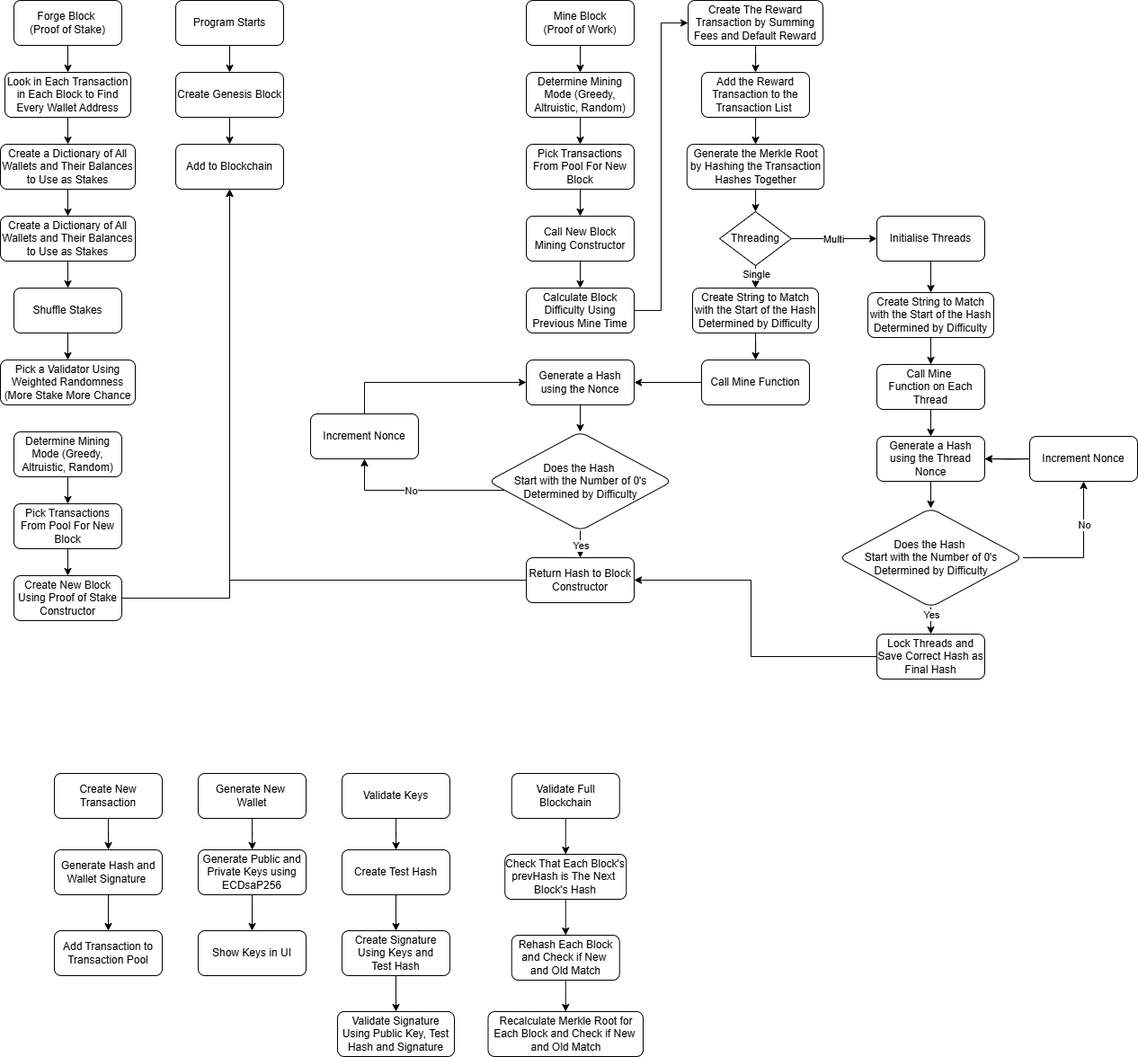
Before: blockchain flowchart.drawio.png, a diagram exported from draw.io (MrLFW/BlockchainAssignment). Source tidied: cells renumbered, new cells last; positions are measured from the earlier drawing's top-left corner, leaving out a move shared by most shapes.
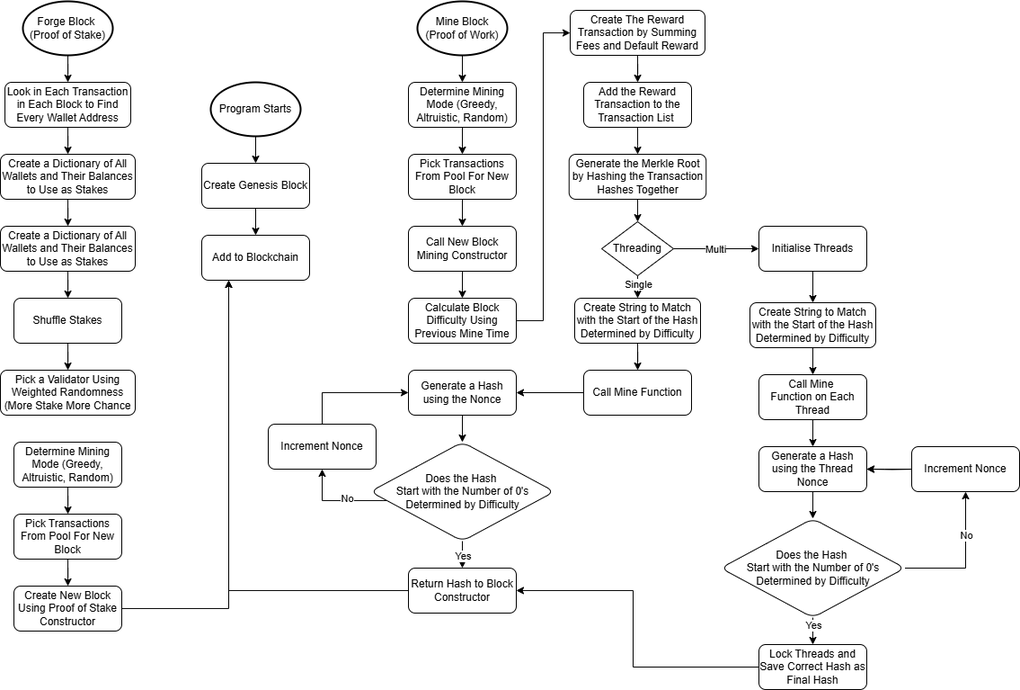
Later version of the same file.

Change to the diagram source:
```diff
@@ -5,21 +5,15 @@
     <mxCell id="2" style="edgeStyle=orthogonalEdgeStyle;rounded=0;jettySize=auto;html=1;" parent="1" edge="1" source="3" target="5">
       <mxGeometry relative="1" as="geometry" />
     </mxCell>
-    <mxCell id="3" value="Program Starts" style="rounded=1;whiteSpace=wrap;html=1;fontSize=12;glass=0;strokeWidth=1;shadow=0;" parent="1" vertex="1">
-      <mxGeometry x="195" width="120" height="50" as="geometry" />
-    </mxCell>
     <mxCell id="4" style="edgeStyle=orthogonalEdgeStyle;rounded=0;jettySize=auto;html=1;" parent="1" edge="1" source="5" target="14">
       <mxGeometry relative="1" as="geometry" />
     </mxCell>
     <mxCell id="5" value="Create Genesis Block" style="rounded=1;whiteSpace=wrap;html=1;fontSize=12;glass=0;strokeWidth=1;shadow=0;" parent="1" vertex="1">
-      <mxGeometry x="195" y="80" width="120" height="50" as="geometry" />
+      <mxGeometry x="355" y="170" width="120" height="50" as="geometry" />
     </mxCell>
     <mxCell id="6" style="edgeStyle=orthogonalEdgeStyle;rounded=0;jettySize=auto;html=1;" parent="1" edge="1" source="7" target="9">
       <mxGeometry relative="1" as="geometry" />
     </mxCell>
-    <mxCell id="7" value="Mine Block&lt;div&gt;(Proof of Work)&lt;/div&gt;" style="rounded=1;whiteSpace=wrap;html=1;fontSize=12;glass=0;strokeWidth=1;shadow=0;" parent="1" vertex="1">
-      <mxGeometry x="585" width="120" height="50" as="geometry" />
-    </mxCell>
     <mxCell id="8" style="edgeStyle=orthogonalEdgeStyle;rounded=0;jettySize=auto;html=1;" parent="1" edge="1" source="9" target="11">
       <mxGeometry relative="1" as="geometry" />
     </mxCell>
@@ -39,117 +33,45 @@
       <mxGeometry x="585" y="240" width="120" height="50" as="geometry" />
     </mxCell>
     <mxCell id="14" value="Add to Blockchain" style="rounded=1;whiteSpace=wrap;html=1;fontSize=12;glass=0;strokeWidth=1;shadow=0;" parent="1" vertex="1">
-      <mxGeometry x="195" y="160" width="120" height="50" as="geometry" />
+      <mxGeometry x="355" y="250" width="120" height="50" as="geometry" />
     </mxCell>
     <mxCell id="15" style="edgeStyle=orthogonalEdgeStyle;rounded=0;jettySize=auto;html=1;" parent="1" edge="1" source="16" target="18">
       <mxGeometry relative="1" as="geometry" />
     </mxCell>
-    <mxCell id="16" value="Forge Block&amp;nbsp;&lt;div&gt;(Proof of Stake)&lt;/div&gt;" style="rounded=1;whiteSpace=wrap;html=1;fontSize=12;glass=0;strokeWidth=1;shadow=0;" parent="1" vertex="1">
-      <mxGeometry x="15" width="120" height="50" as="geometry" />
-    </mxCell>
     <mxCell id="17" style="edgeStyle=orthogonalEdgeStyle;rounded=0;jettySize=auto;html=1;" parent="1" edge="1" source="18" target="97">
       <mxGeometry relative="1" as="geometry" />
     </mxCell>
     <mxCell id="18" value="Look in Each&amp;nbsp;&lt;span style=&quot;background-color: transparent; color: light-dark(rgb(0, 0, 0), rgb(255, 255, 255));&quot;&gt;Transaction in Each Block to Find Every Wallet Address&lt;/span&gt;" style="rounded=1;whiteSpace=wrap;html=1;fontSize=12;glass=0;strokeWidth=1;shadow=0;" parent="1" vertex="1">
-      <mxGeometry x="5" y="80" width="140" height="50" as="geometry" />
+      <mxGeometry x="136" y="80" width="140" height="50" as="geometry" />
     </mxCell>
     <mxCell id="19" style="edgeStyle=orthogonalEdgeStyle;rounded=0;jettySize=auto;html=1;" parent="1" edge="1" source="20" target="100">
       <mxGeometry relative="1" as="geometry" />
     </mxCell>
     <mxCell id="20" value="Shuffle Stakes" style="rounded=1;whiteSpace=wrap;html=1;fontSize=12;glass=0;strokeWidth=1;shadow=0;" parent="1" vertex="1">
-      <mxGeometry x="15" y="320" width="120" height="50" as="geometry" />
+      <mxGeometry x="146" y="320" width="120" height="50" as="geometry" />
     </mxCell>
     <mxCell id="21" style="edgeStyle=orthogonalEdgeStyle;rounded=0;jettySize=auto;html=1;" parent="1" edge="1" source="22" target="24">
       <mxGeometry relative="1" as="geometry" />
     </mxCell>
     <mxCell id="22" value="Determine Mining Mode (Greedy, Altruistic, Random)" style="rounded=1;whiteSpace=wrap;html=1;fontSize=12;glass=0;strokeWidth=1;shadow=0;" parent="1" vertex="1">
-      <mxGeometry x="15" y="480" width="120" height="50" as="geometry" />
+      <mxGeometry x="146" y="480" width="120" height="50" as="geometry" />
     </mxCell>
     <mxCell id="23" style="edgeStyle=orthogonalEdgeStyle;rounded=0;jettySize=auto;html=1;" parent="1" edge="1" source="24" target="26">
       <mxGeometry relative="1" as="geometry" />
     </mxCell>
     <mxCell id="24" value="Pick Transactions From Pool For New Block" style="rounded=1;whiteSpace=wrap;html=1;fontSize=12;glass=0;strokeWidth=1;shadow=0;" parent="1" vertex="1">
-      <mxGeometry x="15" y="560" width="120" height="50" as="geometry" />
+      <mxGeometry x="146" y="560" width="120" height="50" as="geometry" />
     </mxCell>
     <mxCell id="25" style="edgeStyle=orthogonalEdgeStyle;rounded=0;jettySize=auto;html=1;" parent="1" edge="1" source="26" target="14">
       <mxGeometry relative="1" as="geometry">
         <Array as="points">
-          <mxPoint x="255" y="665" />
+          <mxPoint x="385" y="665" />
         </Array>
       </mxGeometry>
     </mxCell>
     <mxCell id="26" value="Create New Block Using Proof of Stake Constructor" style="rounded=1;whiteSpace=wrap;html=1;fontSize=12;glass=0;strokeWidth=1;shadow=0;" parent="1" vertex="1">
-      <mxGeometry x="15" y="640" width="120" height="50" as="geometry" />
+      <mxGeometry x="146" y="640" width="120" height="50" as="geometry" />
     </mxCell>
-    <mxCell id="27" style="edgeStyle=orthogonalEdgeStyle;rounded=0;jettySize=auto;html=1;" parent="1" edge="1" source="28" target="30">
-      <mxGeometry relative="1" as="geometry" />
-    </mxCell>
-    <mxCell id="28" value="Create New Transaction" style="rounded=1;whiteSpace=wrap;html=1;fontSize=12;glass=0;strokeWidth=1;shadow=0;" parent="1" vertex="1">
-      <mxGeometry x="60" y="860" width="120" height="50" as="geometry" />
-    </mxCell>
-    <mxCell id="29" style="edgeStyle=orthogonalEdgeStyle;rounded=0;jettySize=auto;html=1;" parent="1" edge="1" source="30" target="31">
-      <mxGeometry relative="1" as="geometry" />
-    </mxCell>
-    <mxCell id="30" value="Generate Hash and Wallet Signature&amp;nbsp;" style="rounded=1;whiteSpace=wrap;html=1;fontSize=12;glass=0;strokeWidth=1;shadow=0;" parent="1" vertex="1">
-      <mxGeometry x="60" y="945" width="120" height="50" as="geometry" />
-    </mxCell>
-    <mxCell id="31" value="Add Transaction to Transaction Pool" style="rounded=1;whiteSpace=wrap;html=1;fontSize=12;glass=0;strokeWidth=1;shadow=0;" parent="1" vertex="1">
-      <mxGeometry x="60" y="1035" width="120" height="50" as="geometry" />
-    </mxCell>
-    <mxCell id="32" style="edgeStyle=orthogonalEdgeStyle;rounded=0;jettySize=auto;html=1;" parent="1" edge="1" source="33" target="35">
-      <mxGeometry relative="1" as="geometry" />
-    </mxCell>
-    <mxCell id="33" value="Generate New&amp;nbsp;&lt;div&gt;Wallet&lt;/div&gt;" style="rounded=1;whiteSpace=wrap;html=1;fontSize=12;glass=0;strokeWidth=1;shadow=0;" parent="1" vertex="1">
-      <mxGeometry x="220" y="860" width="120" height="50" as="geometry" />
-    </mxCell>
-    <mxCell id="34" style="edgeStyle=orthogonalEdgeStyle;rounded=0;jettySize=auto;html=1;" parent="1" edge="1" source="35" target="36">
-      <mxGeometry relative="1" as="geometry" />
-    </mxCell>
-    <mxCell id="35" value="Generate Public and Private Keys using ECDsaP256" style="rounded=1;whiteSpace=wrap;html=1;fontSize=12;glass=0;strokeWidth=1;shadow=0;" parent="1" vertex="1">
-      <mxGeometry x="220" y="945" width="120" height="50" as="geometry" />
-    </mxCell>
-    <mxCell id="36" value="Show Keys in UI" style="rounded=1;whiteSpace=wrap;html=1;fontSize=12;glass=0;strokeWidth=1;shadow=0;" parent="1" vertex="1">
-      <mxGeometry x="220" y="1035" width="120" height="50" as="geometry" />
-    </mxCell>
-    <mxCell id="37" style="edgeStyle=orthogonalEdgeStyle;rounded=0;jettySize=auto;html=1;" parent="1" edge="1" source="38" target="40">
-      <mxGeometry relative="1" as="geometry" />
-    </mxCell>
-    <mxCell id="38" value="Validate Keys" style="rounded=1;whiteSpace=wrap;html=1;fontSize=12;glass=0;strokeWidth=1;shadow=0;" parent="1" vertex="1">
-      <mxGeometry x="380" y="860" width="120" height="50" as="geometry" />
-    </mxCell>
-    <mxCell id="39" style="edgeStyle=orthogonalEdgeStyle;rounded=0;jettySize=auto;html=1;" parent="1" edge="1" source="40" target="42">
-      <mxGeometry relative="1" as="geometry" />
-    </mxCell>
-    <mxCell id="40" value="Create Test Hash" style="rounded=1;whiteSpace=wrap;html=1;fontSize=12;glass=0;strokeWidth=1;shadow=0;" parent="1" vertex="1">
-      <mxGeometry x="380" y="945" width="120" height="50" as="geometry" />
-    </mxCell>
-    <mxCell id="41" style="edgeStyle=orthogonalEdgeStyle;rounded=0;jettySize=auto;html=1;" parent="1" edge="1" source="42" target="43">
-      <mxGeometry relative="1" as="geometry" />
-    </mxCell>
-    <mxCell id="42" value="Create Signature Using Keys and&lt;div&gt;Test Hash&lt;/div&gt;" style="rounded=1;whiteSpace=wrap;html=1;fontSize=12;glass=0;strokeWidth=1;shadow=0;" parent="1" vertex="1">
-      <mxGeometry x="380" y="1035" width="120" height="50" as="geometry" />
-    </mxCell>
-    <mxCell id="43" value="Validate Signature Using Public Key, Test Hash and Signature" style="rounded=1;whiteSpace=wrap;html=1;fontSize=12;glass=0;strokeWidth=1;shadow=0;" parent="1" vertex="1">
-      <mxGeometry x="375" y="1125" width="130" height="50" as="geometry" />
-    </mxCell>
-    <mxCell id="44" style="edgeStyle=orthogonalEdgeStyle;rounded=0;jettySize=auto;html=1;" parent="1" edge="1" source="45" target="47">
-      <mxGeometry relative="1" as="geometry" />
-    </mxCell>
-    <mxCell id="45" value="Validate Full Blockchain" style="rounded=1;whiteSpace=wrap;html=1;fontSize=12;glass=0;strokeWidth=1;shadow=0;" parent="1" vertex="1">
-      <mxGeometry x="568.8" y="860" width="120" height="50" as="geometry" />
-    </mxCell>
-    <mxCell id="46" style="edgeStyle=orthogonalEdgeStyle;rounded=0;jettySize=auto;html=1;" parent="1" edge="1" source="47" target="49">
-      <mxGeometry relative="1" as="geometry" />
-    </mxCell>
-    <mxCell id="47" value="Check That Each Block's prevHash is The Next&amp;nbsp;&lt;div&gt;&lt;div&gt;Block's Hash&lt;/div&gt;&lt;/div&gt;" style="rounded=1;whiteSpace=wrap;html=1;fontSize=12;glass=0;strokeWidth=1;shadow=0;" parent="1" vertex="1">
-      <mxGeometry x="561.2" y="950" width="135" height="50" as="geometry" />
-    </mxCell>
-    <mxCell id="48" style="edgeStyle=orthogonalEdgeStyle;rounded=0;jettySize=auto;html=1;" parent="1" edge="1" source="49" target="101">
-      <mxGeometry relative="1" as="geometry" />
-    </mxCell>
-    <mxCell id="49" value="Rehash Each Block and Check if New&amp;nbsp;&lt;div&gt;and Old Match&lt;/div&gt;" style="rounded=1;whiteSpace=wrap;html=1;fontSize=12;glass=0;strokeWidth=1;shadow=0;" parent="1" vertex="1">
-      <mxGeometry x="568.8" y="1040" width="120" height="50" as="geometry" />
-    </mxCell>
     <mxCell id="50" style="edgeStyle=orthogonalEdgeStyle;rounded=0;jettySize=auto;html=1;" parent="1" edge="1" source="51" target="53">
       <mxGeometry relative="1" as="geometry">
         <Array as="points">
@@ -299,7 +221,7 @@
     <mxCell id="89" style="edgeStyle=orthogonalEdgeStyle;rounded=0;jettySize=auto;html=1;" parent="1" edge="1" source="91" target="95">
       <mxGeometry relative="1" as="geometry">
         <Array as="points">
-          <mxPoint x="405" y="545" />
+          <mxPoint x="489" y="545" />
         </Array>
       </mxGeometry>
     </mxCell>
@@ -312,7 +234,11 @@
       <mxGeometry x="542.5" y="480" width="205" height="110" as="geometry" />
     </mxCell>
     <mxCell id="92" style="edgeStyle=orthogonalEdgeStyle;rounded=0;jettySize=auto;html=1;" parent="1" edge="1" source="93" target="14">
-      <mxGeometry relative="1" as="geometry" />
+      <mxGeometry relative="1" as="geometry">
+        <Array as="points">
+          <mxPoint x="385" y="645" />
+        </Array>
+      </mxGeometry>
     </mxCell>
     <mxCell id="93" value="Return Hash to Block Constructor" style="rounded=1;whiteSpace=wrap;html=1;fontSize=12;glass=0;strokeWidth=1;shadow=0;" parent="1" vertex="1">
       <mxGeometry x="585" y="620" width="120" height="50" as="geometry" />
@@ -320,30 +246,36 @@
     <mxCell id="94" style="edgeStyle=orthogonalEdgeStyle;rounded=0;jettySize=auto;html=1;" parent="1" edge="1" source="95" target="86">
       <mxGeometry relative="1" as="geometry">
         <Array as="points">
-          <mxPoint x="405" y="425" />
+          <mxPoint x="489" y="425" />
         </Array>
       </mxGeometry>
     </mxCell>
     <mxCell id="95" value="Increment Nonce" style="rounded=1;whiteSpace=wrap;html=1;fontSize=12;glass=0;strokeWidth=1;shadow=0;" parent="1" vertex="1">
-      <mxGeometry x="345" y="460" width="120" height="50" as="geometry" />
+      <mxGeometry x="429" y="460" width="120" height="50" as="geometry" />
     </mxCell>
     <mxCell id="96" style="edgeStyle=orthogonalEdgeStyle;rounded=0;jettySize=auto;html=1;" parent="1" edge="1" source="97" target="99">
       <mxGeometry relative="1" as="geometry" />
     </mxCell>
     <mxCell id="97" value="Create a Dictionary of All Wallets and Their Balances to Use as Stakes" style="rounded=1;whiteSpace=wrap;html=1;fontSize=12;glass=0;strokeWidth=1;shadow=0;" parent="1" vertex="1">
-      <mxGeometry y="160" width="150" height="50" as="geometry" />
+      <mxGeometry x="131" y="160" width="150" height="50" as="geometry" />
     </mxCell>
     <mxCell id="98" style="edgeStyle=orthogonalEdgeStyle;rounded=0;jettySize=auto;html=1;" parent="1" edge="1" source="99" target="20">
       <mxGeometry relative="1" as="geometry" />
     </mxCell>
     <mxCell id="99" value="Create a Dictionary of All Wallets and Their Balances to Use as Stakes" style="rounded=1;whiteSpace=wrap;html=1;fontSize=12;glass=0;strokeWidth=1;shadow=0;" parent="1" vertex="1">
-      <mxGeometry y="240" width="150" height="50" as="geometry" />
+      <mxGeometry x="131" y="240" width="150" height="50" as="geometry" />
     </mxCell>
     <mxCell id="100" value="Pick a Validator&amp;nbsp;&lt;span style=&quot;background-color: transparent; color: light-dark(rgb(0, 0, 0), rgb(255, 255, 255));&quot;&gt;Using Weighted Randomness (More Stake More Chance&lt;/span&gt;" style="rounded=1;whiteSpace=wrap;html=1;fontSize=12;glass=0;strokeWidth=1;shadow=0;" parent="1" vertex="1">
-      <mxGeometry y="400" width="150" height="50" as="geometry" />
+      <mxGeometry x="131" y="400" width="150" height="50" as="geometry" />
     </mxCell>
-    <mxCell id="101" value="Recalculate Merkle Root for Each Block and Check if New&amp;nbsp;&lt;div&gt;and Old Match&lt;/div&gt;" style="rounded=1;whiteSpace=wrap;html=1;fontSize=12;glass=0;strokeWidth=1;shadow=0;" parent="1" vertex="1">
-      <mxGeometry x="542.5" y="1125" width="172.5" height="50" as="geometry" />
-    </mxCell>
+    <mxCell id="3" value="Program Starts" style="strokeWidth=2;html=1;shape=mxgraph.flowchart.start_1;whiteSpace=wrap;" parent="1" vertex="1">
+      <mxGeometry x="365" y="80" width="100" height="60" as="geometry" />
+    </mxCell>
+    <mxCell id="16" value="Forge Block&amp;nbsp;&lt;div&gt;(Proof of Stake)&lt;/div&gt;" style="strokeWidth=2;html=1;shape=mxgraph.flowchart.start_1;whiteSpace=wrap;" parent="1" vertex="1">
+      <mxGeometry x="156" y="-10" width="100" height="60" as="geometry" />
+    </mxCell>
+    <mxCell id="7" value="Mine Block&lt;div&gt;(Proof of Work)&lt;/div&gt;" style="strokeWidth=2;html=1;shape=mxgraph.flowchart.start_1;whiteSpace=wrap;" parent="1" vertex="1">
+      <mxGeometry x="595" y="-10" width="100" height="60" as="geometry" />
+    </mxCell>
   </root>
 </mxGraphModel>
```
